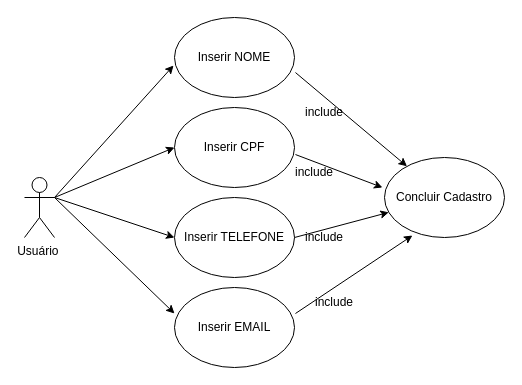
ArcanjoDaGuarda/AnjoProjetos keeps this draw.io diagram as ProvaADSRN01.drawio. Above is the earlier version. Source tidied: cells renumbered, new cells numbered last; positions are measured from the earlier drawing's top-left corner, leaving out a move shared by most shapes. Both pictures are drawn from the tidied source at 100%, with x=0, y=0 at pixel (24, 17).
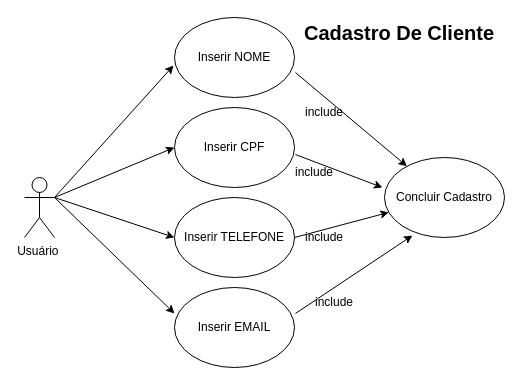
After the change.

Change to the diagram source:
```diff
@@
+    <mxCell id="20" value="&lt;font style=&quot;font-size: 20px;&quot;&gt;&lt;b&gt;Cadastro De Cliente&lt;/b&gt;&lt;/font&gt;" style="text;html=1;strokeColor=none;fillColor=none;align=center;verticalAlign=middle;whiteSpace=wrap;rounded=0;" parent="1" vertex="1">
+      <mxGeometry x="270" width="210" height="30" as="geometry" />
+    </mxCell>
```
